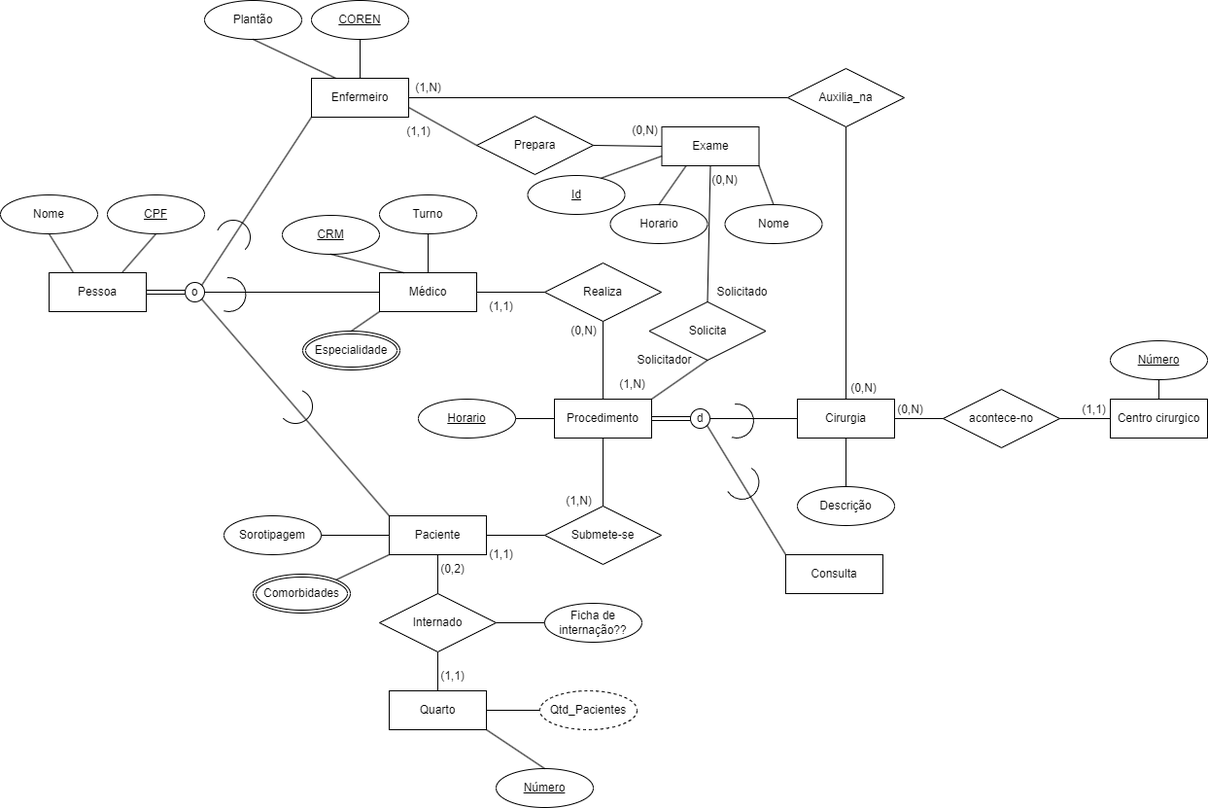
Earlier version of the draw.io export DEER.drawio.png (Felipe256/BD1_Hospital). Source tidied: cells renumbered, new cells last; positions are measured from the earlier drawing's top-left corner, leaving out a move shared by most shapes.
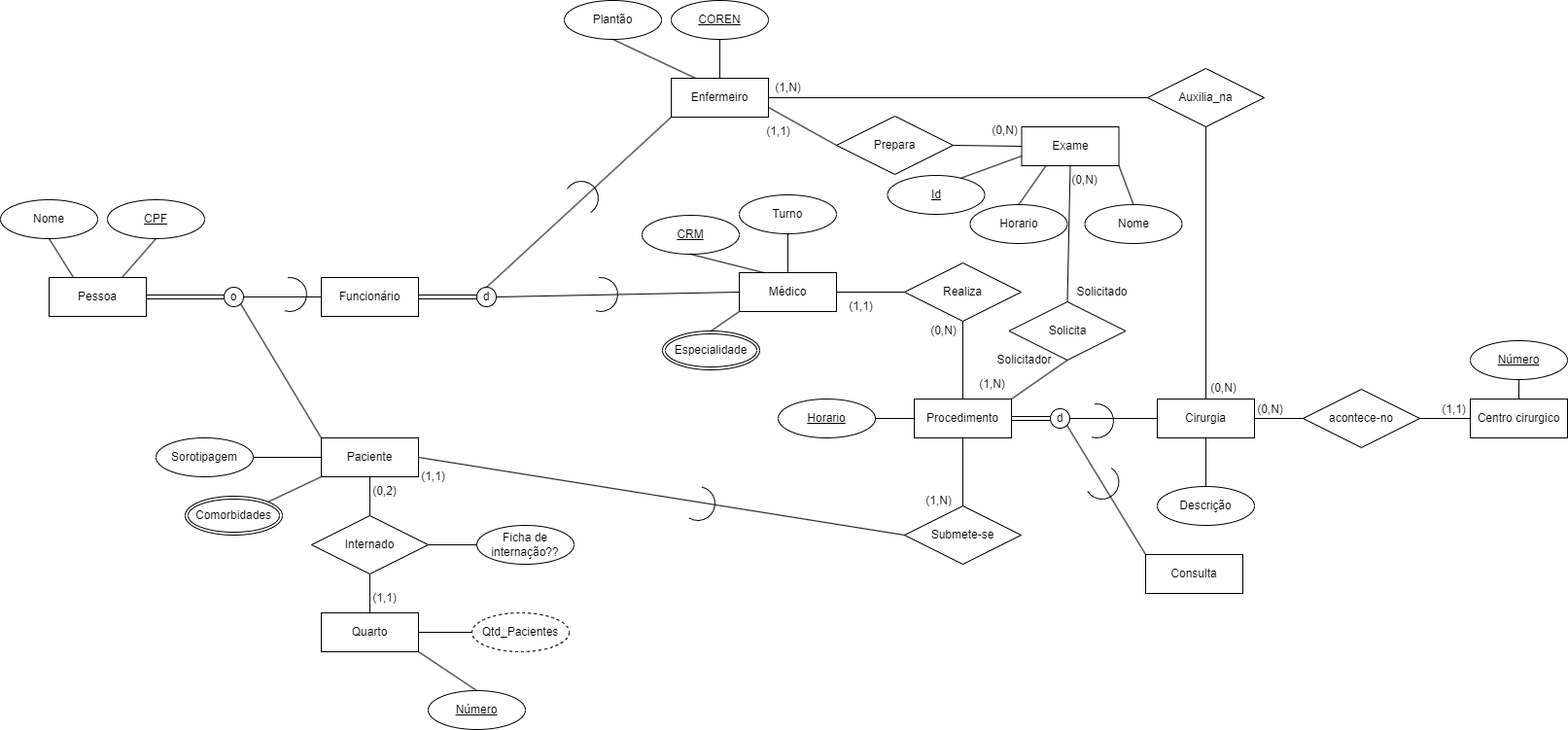
After the change.

Change to the diagram source:
```diff
@@ -3,22 +3,22 @@
     <mxCell id="0" />
     <mxCell id="1" parent="0" />
     <mxCell id="2" value="Pessoa" style="whiteSpace=wrap;html=1;align=center;" parent="1" vertex="1">
-      <mxGeometry x="50" y="280" width="100" height="40" as="geometry" />
+      <mxGeometry x="-320" y="285" width="100" height="40" as="geometry" />
     </mxCell>
     <mxCell id="3" value="Médico" style="whiteSpace=wrap;html=1;align=center;" parent="1" vertex="1">
       <mxGeometry x="390" y="280" width="100" height="40" as="geometry" />
     </mxCell>
     <mxCell id="4" value="Paciente" style="whiteSpace=wrap;html=1;align=center;" parent="1" vertex="1">
-      <mxGeometry x="400" y="530" width="100" height="40" as="geometry" />
+      <mxGeometry x="-40" y="450" width="100" height="40" as="geometry" />
     </mxCell>
     <mxCell id="5" value="Procedimento" style="whiteSpace=wrap;html=1;align=center;" parent="1" vertex="1">
       <mxGeometry x="570" y="410" width="100" height="40" as="geometry" />
     </mxCell>
     <mxCell id="6" value="Quarto" style="whiteSpace=wrap;html=1;align=center;" parent="1" vertex="1">
-      <mxGeometry x="400" y="710" width="100" height="40" as="geometry" />
+      <mxGeometry x="-40" y="630" width="100" height="40" as="geometry" />
     </mxCell>
     <mxCell id="7" value="o" style="ellipse;whiteSpace=wrap;html=1;" parent="1" vertex="1">
-      <mxGeometry x="190" y="290" width="20" height="20" as="geometry" />
+      <mxGeometry x="-140" y="295" width="20" height="20" as="geometry" />
     </mxCell>
     <mxCell id="8" style="shape=link;html=1;rounded=0;entryX=1;entryY=0.5;entryDx=0;entryDy=0;exitX=0;exitY=0.5;exitDx=0;exitDy=0;" parent="1" edge="1" source="7" target="2">
       <mxGeometry relative="1" as="geometry" />
@@ -48,28 +48,28 @@
       <mxGeometry relative="1" as="geometry" />
     </mxCell>
     <mxCell id="17" value="(1,1)" style="text;html=1;align=center;verticalAlign=middle;strokeColor=none;fillColor=none;" parent="1" vertex="1">
-      <mxGeometry x="490" y="555" width="50" height="30" as="geometry" />
+      <mxGeometry x="50" y="475" width="50" height="30" as="geometry" />
     </mxCell>
     <mxCell id="18" value="(1,N)" style="text;html=1;align=center;verticalAlign=middle;strokeColor=none;fillColor=none;" parent="1" vertex="1">
       <mxGeometry x="570" y="500" width="50" height="30" as="geometry" />
     </mxCell>
     <mxCell id="19" value="(0,2)" style="text;html=1;align=center;verticalAlign=middle;strokeColor=none;fillColor=none;" parent="1" vertex="1">
-      <mxGeometry x="440" y="570" width="50" height="30" as="geometry" />
+      <mxGeometry y="490" width="50" height="30" as="geometry" />
     </mxCell>
     <mxCell id="20" value="(1,1)" style="text;html=1;align=center;verticalAlign=middle;strokeColor=none;fillColor=none;" parent="1" vertex="1">
-      <mxGeometry x="440" y="680" width="50" height="30" as="geometry" />
+      <mxGeometry y="600" width="50" height="30" as="geometry" />
     </mxCell>
     <mxCell id="21" style="endArrow=none;html=1;rounded=0;exitX=0.5;exitY=1;exitDx=0;exitDy=0;entryX=0.5;entryY=0;entryDx=0;entryDy=0;" parent="1" edge="1" source="22" target="6">
       <mxGeometry relative="1" as="geometry" />
     </mxCell>
     <mxCell id="22" value="Internado" style="shape=rhombus;perimeter=rhombusPerimeter;whiteSpace=wrap;html=1;align=center;" parent="1" vertex="1">
-      <mxGeometry x="390" y="610" width="120" height="60" as="geometry" />
+      <mxGeometry x="-50" y="530" width="120" height="60" as="geometry" />
     </mxCell>
     <mxCell id="23" style="endArrow=none;html=1;rounded=0;exitX=0.5;exitY=1;exitDx=0;exitDy=0;entryX=0.5;entryY=0;entryDx=0;entryDy=0;" parent="1" edge="1" source="4" target="22">
       <mxGeometry relative="1" as="geometry" />
     </mxCell>
     <mxCell id="24" value="Qtd_Pacientes" style="ellipse;whiteSpace=wrap;html=1;align=center;dashed=1;" parent="1" vertex="1">
-      <mxGeometry x="555" y="710" width="100" height="40" as="geometry" />
+      <mxGeometry x="115" y="630" width="100" height="40" as="geometry" />
     </mxCell>
     <mxCell id="25" style="endArrow=none;html=1;rounded=0;exitX=1;exitY=0.5;exitDx=0;exitDy=0;entryX=0;entryY=0.5;entryDx=0;entryDy=0;" parent="1" edge="1" source="6" target="24">
       <mxGeometry relative="1" as="geometry" />
@@ -90,7 +90,7 @@
       <mxGeometry relative="1" as="geometry" />
     </mxCell>
     <mxCell id="31" value="Nome" style="ellipse;whiteSpace=wrap;html=1;align=center;" parent="1" vertex="1">
-      <mxGeometry y="200" width="100" height="40" as="geometry" />
+      <mxGeometry x="-370" y="205" width="100" height="40" as="geometry" />
     </mxCell>
     <mxCell id="32" style="endArrow=none;html=1;rounded=0;exitX=0.25;exitY=0;exitDx=0;exitDy=0;entryX=0.5;entryY=1;entryDx=0;entryDy=0;" parent="1" edge="1" source="2" target="31">
       <mxGeometry relative="1" as="geometry" />
@@ -102,7 +102,7 @@
       <mxGeometry x="911" y="406" width="50" height="30" as="geometry" />
     </mxCell>
     <mxCell id="35" value="CPF" style="ellipse;whiteSpace=wrap;html=1;align=center;fontStyle=4;" parent="1" vertex="1">
-      <mxGeometry x="110" y="200" width="100" height="40" as="geometry" />
+      <mxGeometry x="-260" y="205" width="100" height="40" as="geometry" />
     </mxCell>
     <mxCell id="36" style="endArrow=none;html=1;rounded=0;exitX=0.5;exitY=1;exitDx=0;exitDy=0;entryX=0.75;entryY=0;entryDx=0;entryDy=0;" parent="1" edge="1" source="35" target="2">
       <mxGeometry relative="1" as="geometry" />
@@ -120,13 +120,13 @@
       <mxGeometry relative="1" as="geometry" />
     </mxCell>
     <mxCell id="41" value="Sorotipagem" style="ellipse;whiteSpace=wrap;html=1;align=center;" parent="1" vertex="1">
-      <mxGeometry x="230" y="530" width="100" height="40" as="geometry" />
+      <mxGeometry x="-210" y="450" width="100" height="40" as="geometry" />
     </mxCell>
     <mxCell id="42" style="endArrow=none;html=1;rounded=0;exitX=1;exitY=0.5;exitDx=0;exitDy=0;entryX=0;entryY=0.5;entryDx=0;entryDy=0;" parent="1" edge="1" source="41" target="4">
       <mxGeometry relative="1" as="geometry" />
     </mxCell>
     <mxCell id="43" value="&lt;u&gt;Número&lt;/u&gt;" style="ellipse;whiteSpace=wrap;html=1;align=center;" parent="1" vertex="1">
-      <mxGeometry x="510" y="790" width="100" height="40" as="geometry" />
+      <mxGeometry x="70" y="710" width="100" height="40" as="geometry" />
     </mxCell>
     <mxCell id="44" style="endArrow=none;html=1;rounded=0;exitX=1;exitY=1;exitDx=0;exitDy=0;entryX=0.5;entryY=0;entryDx=0;entryDy=0;" parent="1" edge="1" source="6" target="43">
       <mxGeometry relative="1" as="geometry" />
@@ -137,16 +137,16 @@
     <mxCell id="46" style="endArrow=none;html=1;rounded=0;exitX=1;exitY=0.5;exitDx=0;exitDy=0;entryX=0;entryY=0.5;entryDx=0;entryDy=0;" parent="1" edge="1" source="45" target="5">
       <mxGeometry relative="1" as="geometry" />
     </mxCell>
-    <mxCell id="47" style="verticalLabelPosition=bottom;verticalAlign=top;html=1;shape=mxgraph.basic.arc;startAngle=0.5665624693738283;endAngle=0.13068169024690895;rotation=-180;" parent="1" vertex="1">
-      <mxGeometry x="286" y="400" width="35" height="35" as="geometry" />
+    <mxCell id="47" style="verticalLabelPosition=bottom;verticalAlign=top;html=1;shape=mxgraph.basic.arc;startAngle=0.5760761726585448;endAngle=0.13068169024690895;rotation=-195;" parent="1" vertex="1">
+      <mxGeometry x="330" y="500" width="35" height="35" as="geometry" />
     </mxCell>
     <mxCell id="48" style="verticalLabelPosition=bottom;verticalAlign=top;html=1;shape=mxgraph.basic.arc;startAngle=0.5665624693738283;endAngle=0.13068169024690895;rotation=-210;" parent="1" vertex="1">
-      <mxGeometry x="217.5" y="285" width="35" height="35" as="geometry" />
+      <mxGeometry x="-90" y="285" width="35" height="35" as="geometry" />
     </mxCell>
     <mxCell id="49" style="endArrow=none;html=1;rounded=0;exitX=1;exitY=1;exitDx=0;exitDy=0;entryX=0;entryY=0;entryDx=0;entryDy=0;" parent="1" edge="1" source="7" target="4">
       <mxGeometry relative="1" as="geometry" />
     </mxCell>
-    <mxCell id="50" style="endArrow=none;html=1;rounded=0;exitX=1;exitY=0.5;exitDx=0;exitDy=0;entryX=0;entryY=0.5;entryDx=0;entryDy=0;" parent="1" edge="1" source="7" target="3">
+    <mxCell id="50" style="endArrow=none;html=1;rounded=0;exitX=1;exitY=0.5;exitDx=0;exitDy=0;entryX=0;entryY=0.5;entryDx=0;entryDy=0;" parent="1" edge="1" source="7" target="99">
       <mxGeometry relative="1" as="geometry" />
     </mxCell>
     <mxCell id="51" style="verticalLabelPosition=bottom;verticalAlign=top;html=1;shape=mxgraph.basic.arc;startAngle=0.5665624693738283;endAngle=0.13068169024690895;rotation=-210;" parent="1" vertex="1">
@@ -200,12 +200,6 @@
     <mxCell id="67" value="Descrição" style="ellipse;whiteSpace=wrap;html=1;align=center;" parent="1" vertex="1">
       <mxGeometry x="820" y="500" width="100" height="40" as="geometry" />
     </mxCell>
-    <mxCell id="68" style="endArrow=none;html=1;rounded=0;entryX=0;entryY=1;entryDx=0;entryDy=0;exitX=1;exitY=0;exitDx=0;exitDy=0;" parent="1" edge="1" source="7" target="53">
-      <mxGeometry relative="1" as="geometry" />
-    </mxCell>
-    <mxCell id="69" style="verticalLabelPosition=bottom;verticalAlign=top;html=1;shape=mxgraph.basic.arc;startAngle=0.5665624693738283;endAngle=0.13068169024690895;rotation=90;" parent="1" vertex="1">
-      <mxGeometry x="222" y="226" width="35" height="35" as="geometry" />
-    </mxCell>
     <mxCell id="70" style="endArrow=none;html=1;rounded=0;exitX=0.5;exitY=1;exitDx=0;exitDy=0;entryX=0.5;entryY=0;entryDx=0;entryDy=0;" parent="1" edge="1" source="26" target="67">
       <mxGeometry relative="1" as="geometry" />
     </mxCell>
@@ -276,7 +270,7 @@
       <mxGeometry x="415" y="75" width="50" height="30" as="geometry" />
     </mxCell>
     <mxCell id="93" value="Comorbidades" style="ellipse;shape=doubleEllipse;margin=3;whiteSpace=wrap;html=1;align=center;" parent="1" vertex="1">
-      <mxGeometry x="260" y="590" width="100" height="40" as="geometry" />
+      <mxGeometry x="-180" y="510" width="100" height="40" as="geometry" />
     </mxCell>
     <mxCell id="94" style="endArrow=none;html=1;rounded=0;entryX=0;entryY=1;entryDx=0;entryDy=0;exitX=1;exitY=0;exitDx=0;exitDy=0;" parent="1" edge="1" source="93" target="4">
       <mxGeometry relative="1" as="geometry" />
@@ -288,10 +282,31 @@
       <mxGeometry x="642.5" y="355" width="80" height="30" as="geometry" />
     </mxCell>
     <mxCell id="97" value="Ficha de internação??" style="ellipse;whiteSpace=wrap;html=1;align=center;" parent="1" vertex="1">
-      <mxGeometry x="560" y="620" width="100" height="40" as="geometry" />
+      <mxGeometry x="120" y="540" width="100" height="40" as="geometry" />
     </mxCell>
     <mxCell id="98" style="endArrow=none;html=1;rounded=0;exitX=1;exitY=0.5;exitDx=0;exitDy=0;entryX=0;entryY=0.5;entryDx=0;entryDy=0;" parent="1" edge="1" source="22" target="97">
       <mxGeometry relative="1" as="geometry" />
     </mxCell>
+    <mxCell id="99" value="Funcionário" style="whiteSpace=wrap;html=1;align=center;" parent="1" vertex="1">
+      <mxGeometry x="-40" y="285" width="100" height="40" as="geometry" />
+    </mxCell>
+    <mxCell id="100" value="d" style="ellipse;whiteSpace=wrap;html=1;" parent="1" vertex="1">
+      <mxGeometry x="120" y="295" width="20" height="20" as="geometry" />
+    </mxCell>
+    <mxCell id="101" style="shape=link;html=1;rounded=0;entryX=1;entryY=0.5;entryDx=0;entryDy=0;exitX=0;exitY=0.5;exitDx=0;exitDy=0;" parent="1" edge="1" source="100" target="99">
+      <mxGeometry relative="1" as="geometry" />
+    </mxCell>
+    <mxCell id="102" style="endArrow=none;html=1;rounded=0;exitX=1;exitY=0.5;exitDx=0;exitDy=0;entryX=0;entryY=0.5;entryDx=0;entryDy=0;" parent="1" edge="1" source="100" target="3">
+      <mxGeometry relative="1" as="geometry" />
+    </mxCell>
+    <mxCell id="103" style="verticalLabelPosition=bottom;verticalAlign=top;html=1;shape=mxgraph.basic.arc;startAngle=0.5665624693738283;endAngle=0.13068169024690895;rotation=-210;" parent="1" vertex="1">
+      <mxGeometry x="230" y="285" width="35" height="35" as="geometry" />
+    </mxCell>
+    <mxCell id="104" style="endArrow=none;html=1;rounded=0;exitX=0.5;exitY=0;exitDx=0;exitDy=0;entryX=0;entryY=1;entryDx=0;entryDy=0;" parent="1" edge="1" source="100" target="53">
+      <mxGeometry relative="1" as="geometry" />
+    </mxCell>
+    <mxCell id="105" style="verticalLabelPosition=bottom;verticalAlign=top;html=1;shape=mxgraph.basic.arc;startAngle=0.5665624693738283;endAngle=0.13068169024690895;rotation=100;" parent="1" vertex="1">
+      <mxGeometry x="210" y="186" width="35" height="35" as="geometry" />
+    </mxCell>
   </root>
 </mxGraphModel>
```
